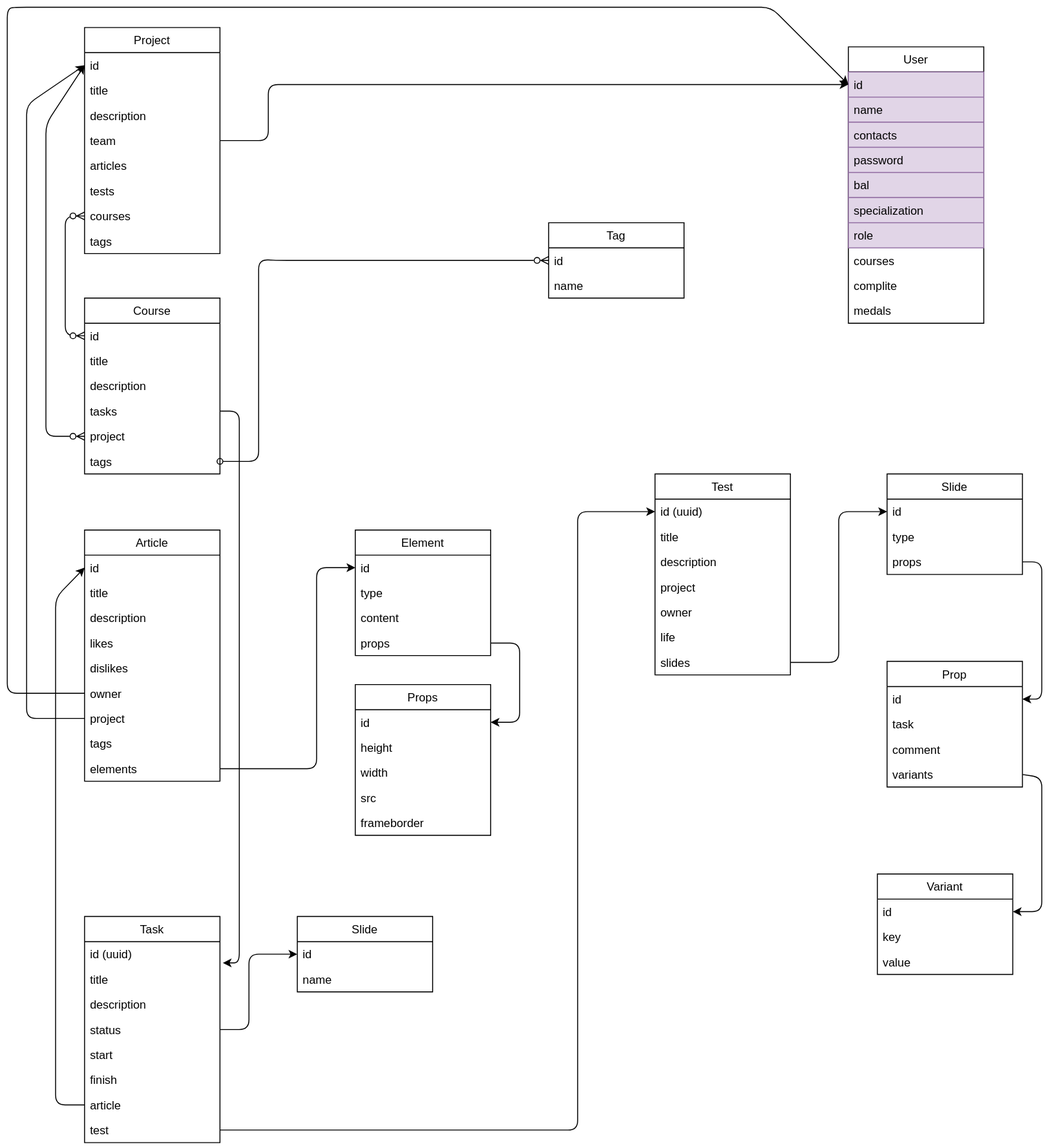
Above: api/scheme/sql.drawio.svg in chepuhasasha/wika (draw.io), before the change. Source tidied: cells renumbered, new cells last; positions are measured from the earlier drawing's top-left corner, leaving out a move shared by most shapes.
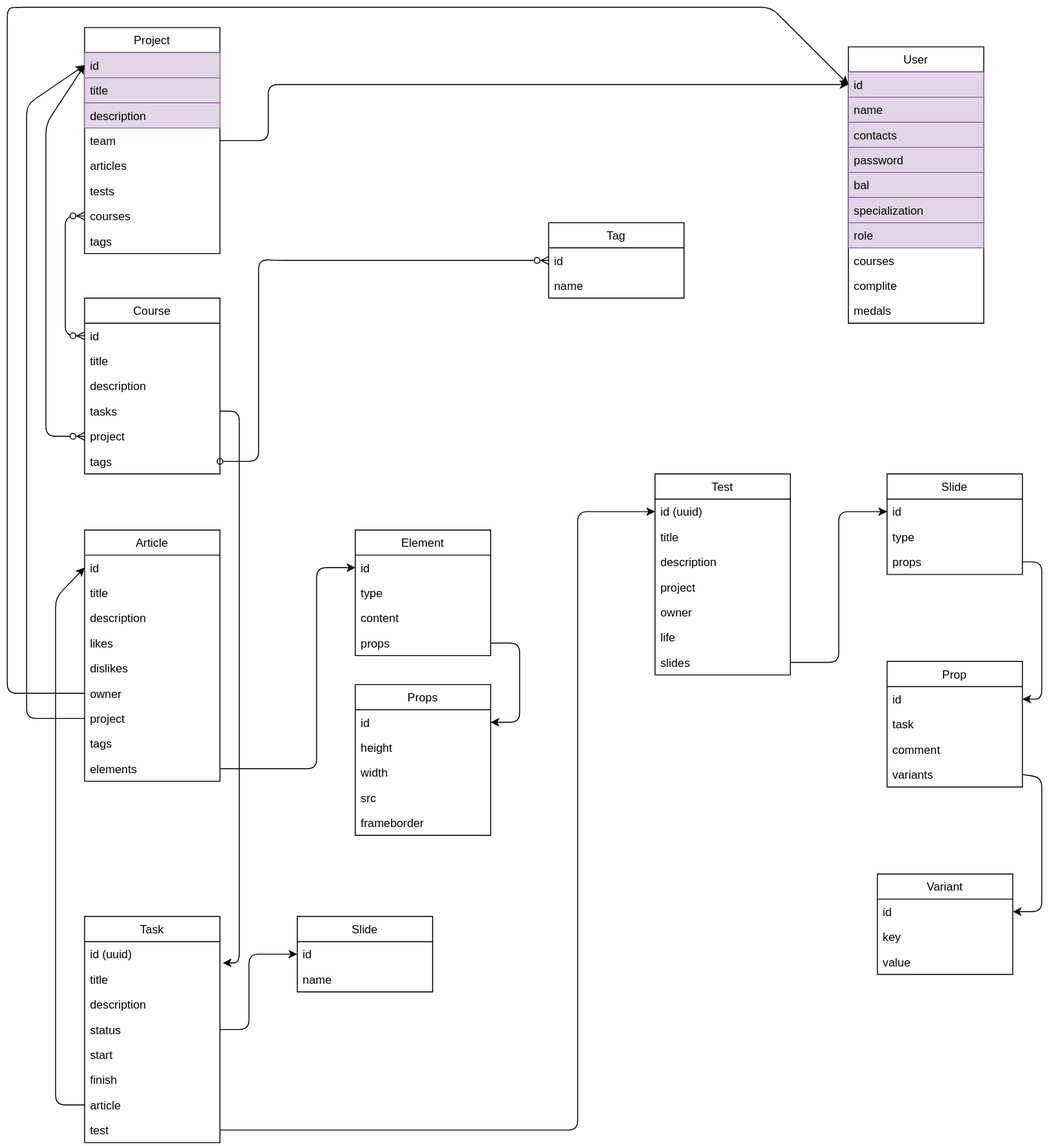
The same file after the commit.

Diff of the diagram source:
```diff
@@ -149,13 +149,13 @@
     <mxCell id="46" value="Project" style="swimlane;fontStyle=0;horizontal=1;startSize=26;" parent="1" vertex="1">
       <mxGeometry x="80" y="21" width="140" height="234" as="geometry" />
     </mxCell>
-    <mxCell id="47" value="id" style="text;strokeColor=none;fillColor=none;align=left;verticalAlign=top;spacingLeft=4;spacingRight=4;overflow=hidden;points=[[0,0.5],[1,0.5]];portConstraint=eastwest;" parent="46" vertex="1">
+    <mxCell id="47" value="id" style="text;strokeColor=#9673a6;fillColor=#e1d5e7;align=left;verticalAlign=top;spacingLeft=4;spacingRight=4;overflow=hidden;points=[[0,0.5],[1,0.5]];portConstraint=eastwest;" parent="46" vertex="1">
       <mxGeometry y="26" width="140" height="26" as="geometry" />
     </mxCell>
-    <mxCell id="48" value="title" style="text;strokeColor=none;fillColor=none;align=left;verticalAlign=top;spacingLeft=4;spacingRight=4;overflow=hidden;" parent="46" vertex="1">
+    <mxCell id="48" value="title" style="text;strokeColor=#9673a6;fillColor=#e1d5e7;align=left;verticalAlign=top;spacingLeft=4;spacingRight=4;overflow=hidden;" parent="46" vertex="1">
       <mxGeometry y="52" width="140" height="26" as="geometry" />
     </mxCell>
-    <mxCell id="49" value="description" style="text;strokeColor=none;fillColor=none;align=left;verticalAlign=top;spacingLeft=4;spacingRight=4;overflow=hidden;" parent="46" vertex="1">
+    <mxCell id="49" value="description" style="text;strokeColor=#9673a6;fillColor=#e1d5e7;align=left;verticalAlign=top;spacingLeft=4;spacingRight=4;overflow=hidden;" parent="46" vertex="1">
       <mxGeometry y="78" width="140" height="26" as="geometry" />
     </mxCell>
     <mxCell id="50" value="team" style="text;strokeColor=none;fillColor=none;align=left;verticalAlign=top;spacingLeft=4;spacingRight=4;overflow=hidden;points=[[0,0.5],[1,0.5]];portConstraint=eastwest;" parent="46" vertex="1">
```
